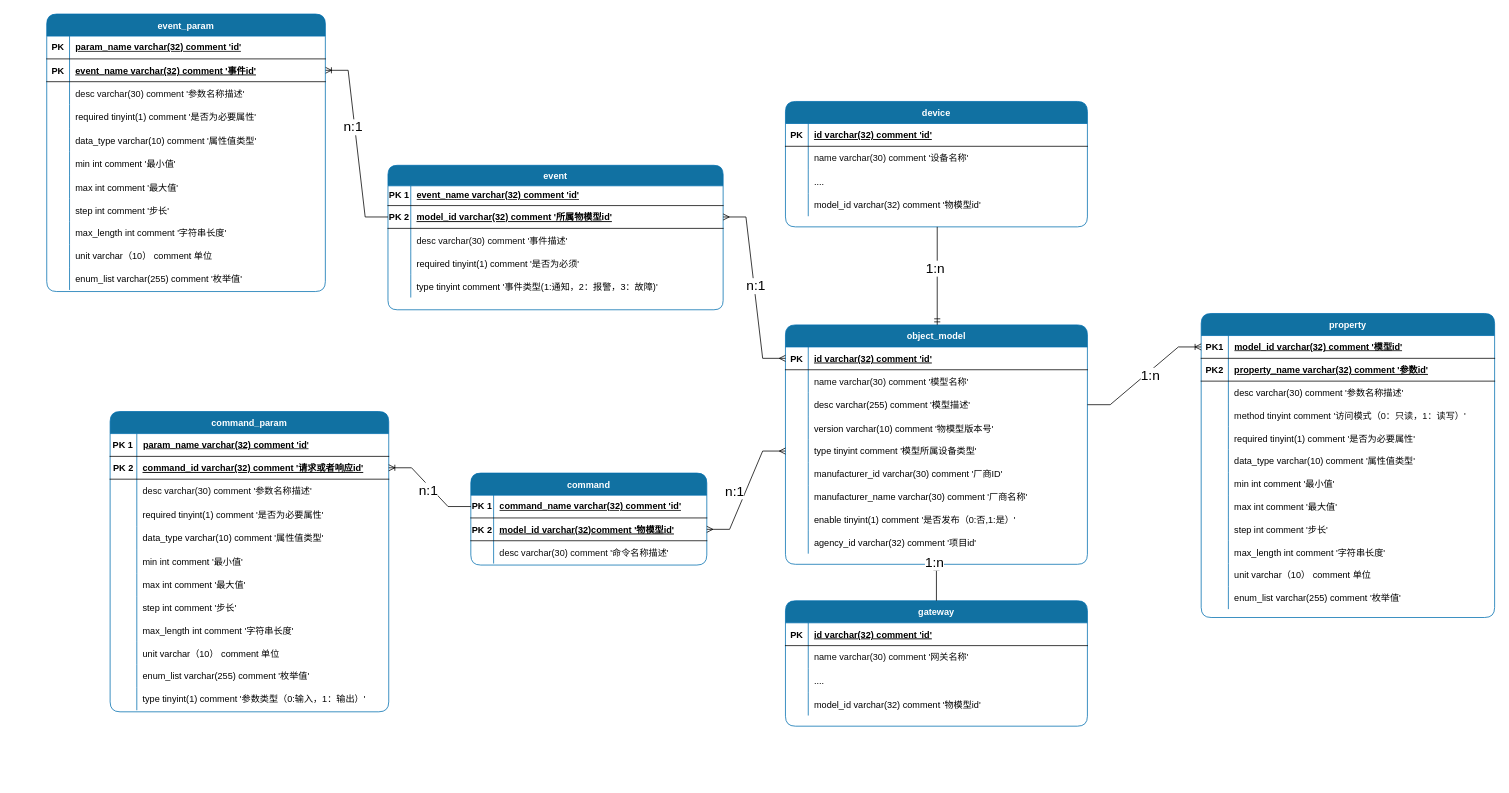
viking-wj/software keeps this draw.io diagram as page "第 3 页" (3 of 3) of 物模型.drawio. Above is the earlier version. Source tidied: cells renumbered, new cells numbered last; positions are measured from the earlier drawing's top-left corner, leaving out a move shared by most shapes. Both pictures are drawn from the tidied source at 76%, with x=0, y=0 at pixel (46, 14).
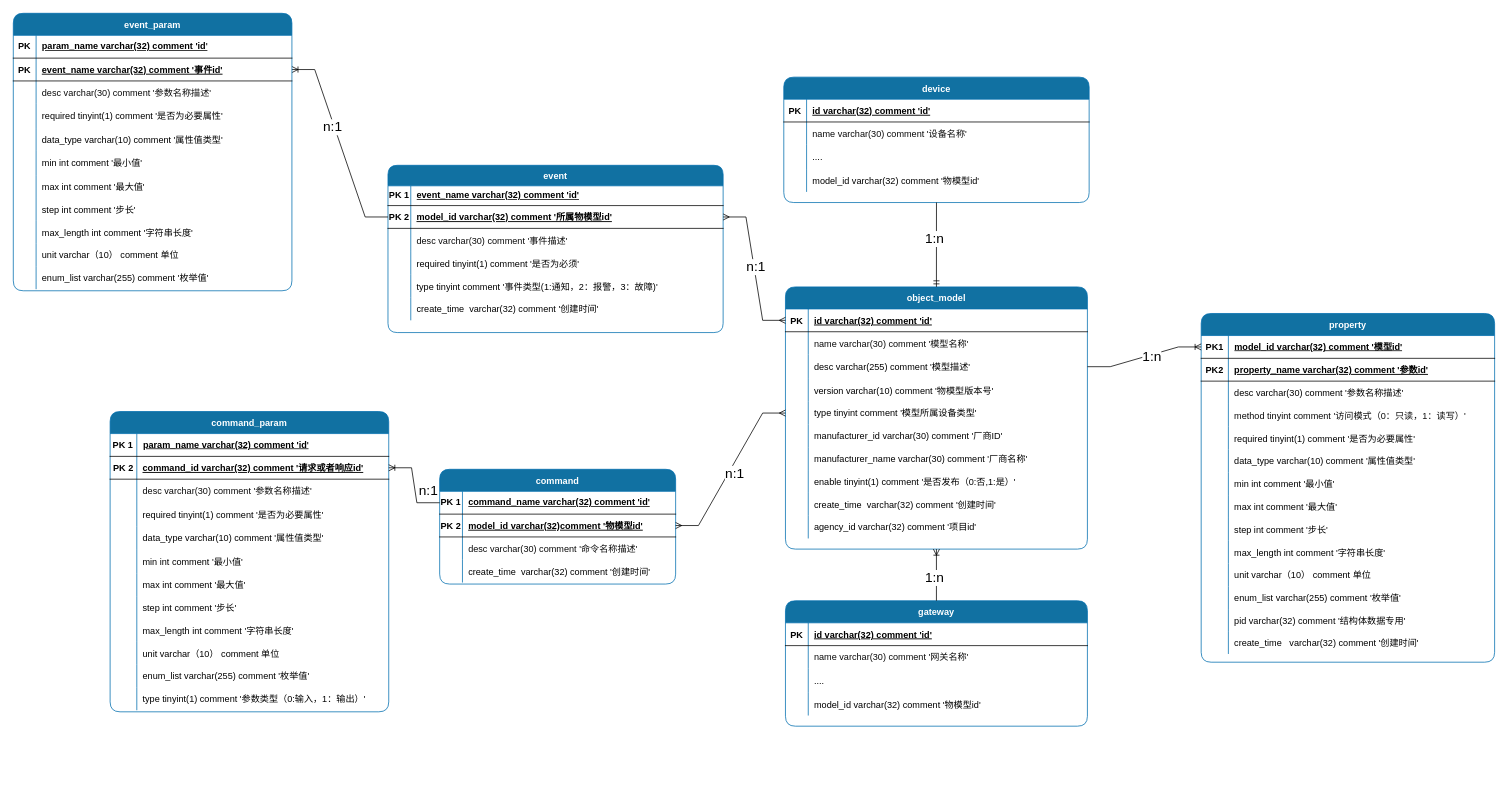
The same page after the edit.

Commit message:
更新物模型.drawio

The edit, as a diff of the source:
```diff
@@
     <mxCell id="2" value="command" style="shape=table;startSize=29;childLayout=tableLayout;rowLines=0;fontStyle=1;align=center;labelBackgroundColor=none;fillColor=#1171a2;strokeColor=#006EAF;fontColor=#ffffff;rounded=1;swimlaneFillColor=none;" parent="1" vertex="1">
-      <mxGeometry x="558" y="604" width="310.5" height="121" as="geometry" />
+      <mxGeometry x="517" y="599" width="310.5" height="151" as="geometry" />
     </mxCell>
@@
+    <mxCell id="208" style="shape=tableRow;horizontal=0;startSize=0;swimlaneHead=0;swimlaneBody=0;fillColor=none;top=0;left=0;right=0;bottom=0;" parent="2" vertex="1">
+      <mxGeometry y="119" width="310.5" height="30" as="geometry" />
+    </mxCell>
+    <mxCell id="209" style="shape=partialRectangle;fillColor=none;top=0;left=0;bottom=0;right=0;overflow=hidden;" parent="208" vertex="1">
+      <mxGeometry width="30" height="30" as="geometry" />
+    </mxCell>
+    <mxCell id="210" value="create_time  varchar(32) comment '创建时间'" style="shape=partialRectangle;fillColor=none;top=0;left=0;bottom=0;right=0;align=left;spacingLeft=6;overflow=hidden;" parent="208" vertex="1">
+      <mxGeometry x="30" width="280.5" height="30" as="geometry" />
+    </mxCell>
@@
     <mxCell id="49" value="event" style="shape=table;startSize=27;childLayout=tableLayout;rowLines=0;fontStyle=1;align=center;labelBackgroundColor=none;fillColor=#1171a2;strokeColor=#006EAF;fontColor=#ffffff;rounded=1;swimlaneFillColor=none;" parent="1" vertex="1">
-      <mxGeometry x="449" y="199" width="441" height="190.1" as="geometry" />
+      <mxGeometry x="449" y="199" width="441" height="220.1" as="geometry" />
     </mxCell>
@@
+    <mxCell id="211" style="shape=tableRow;horizontal=0;startSize=0;swimlaneHead=0;swimlaneBody=0;fillColor=none;top=0;left=0;right=0;bottom=0;" parent="49" vertex="1">
+      <mxGeometry y="174" width="441" height="30" as="geometry" />
+    </mxCell>
+    <mxCell id="212" style="shape=partialRectangle;fillColor=none;top=0;left=0;bottom=0;right=0;overflow=hidden;" parent="211" vertex="1">
+      <mxGeometry width="30" height="30" as="geometry" />
+    </mxCell>
+    <mxCell id="213" value="create_time  varchar(32) comment '创建时间'" style="shape=partialRectangle;fillColor=none;top=0;left=0;bottom=0;right=0;align=left;spacingLeft=6;overflow=hidden;" parent="211" vertex="1">
+      <mxGeometry x="30" width="411" height="30" as="geometry" />
+    </mxCell>
     <mxCell id="65" value="object_model" style="shape=table;startSize=29;childLayout=tableLayout;rowLines=0;fontStyle=1;align=center;labelBackgroundColor=none;fillColor=#1171a2;strokeColor=#006EAF;fontColor=#ffffff;rounded=1;swimlaneFillColor=none;" parent="1" vertex="1">
-      <mxGeometry x="972" y="409" width="397.3" height="315" as="geometry" />
+      <mxGeometry x="972" y="359" width="397.3" height="345" as="geometry" />
     </mxCell>
@@
+    <mxCell id="214" style="shape=tableRow;horizontal=0;startSize=0;swimlaneHead=0;swimlaneBody=0;fillColor=none;top=0;left=0;right=0;bottom=0;" parent="65" vertex="1">
+      <mxGeometry y="271" width="397.3" height="30" as="geometry" />
+    </mxCell>
+    <mxCell id="215" style="shape=partialRectangle;fillColor=none;top=0;left=0;bottom=0;right=0;overflow=hidden;" parent="214" vertex="1">
+      <mxGeometry width="30" height="30" as="geometry" />
+    </mxCell>
+    <mxCell id="216" value="create_time  varchar(32) comment '创建时间'" style="shape=partialRectangle;fillColor=none;top=0;left=0;bottom=0;right=0;align=left;spacingLeft=6;overflow=hidden;" parent="214" vertex="1">
+      <mxGeometry x="30" width="367.3" height="30" as="geometry" />
+    </mxCell>
     <mxCell id="90" style="shape=tableRow;horizontal=0;startSize=0;swimlaneHead=0;swimlaneBody=0;fillColor=none;top=0;left=0;right=0;bottom=0;" parent="65" vertex="1">
-      <mxGeometry y="271" width="397.3" height="30" as="geometry" />
+      <mxGeometry y="301" width="397.3" height="30" as="geometry" />
     </mxCell>
@@
     <mxCell id="99" value="n:1" style="edgeLabel;html=1;align=center;verticalAlign=middle;fontSize=18;" parent="1" vertex="1">
-      <mxGeometry x="907.8" y="554.2" as="geometry">
+      <mxGeometry x="907.8" y="531.5" as="geometry">
         <mxPoint x="-3" y="73" as="offset" />
       </mxGeometry>
     </mxCell>
     <mxCell id="100" value="device" style="shape=table;startSize=29;childLayout=tableLayout;rowLines=0;fontStyle=1;align=center;labelBackgroundColor=none;fillColor=#1171a2;strokeColor=#006EAF;fontColor=#ffffff;rounded=1;swimlaneFillColor=none;" parent="1" vertex="1">
-      <mxGeometry x="972" y="115" width="397.3" height="165" as="geometry" />
+      <mxGeometry x="969.8" y="83" width="401.8" height="165" as="geometry" />
     </mxCell>
     <mxCell id="101" style="shape=tableRow;horizontal=0;startSize=0;swimlaneHead=0;swimlaneBody=0;fillColor=none;top=0;left=0;right=0;bottom=1;labelBackgroundColor=none;" parent="100" vertex="1">
-      <mxGeometry y="29" width="397.3" height="30" as="geometry" />
+      <mxGeometry y="29" width="401.8" height="30" as="geometry" />
     </mxCell>
@@
     <mxCell id="103" value="id varchar(32) comment 'id'" style="shape=partialRectangle;fillColor=none;top=0;left=0;bottom=0;right=0;align=left;spacingLeft=6;fontStyle=5;overflow=hidden;labelBackgroundColor=none;" parent="101" vertex="1">
-      <mxGeometry x="30" width="367.3" height="30" as="geometry" />
+      <mxGeometry x="30" width="371.8" height="30" as="geometry" />
     </mxCell>
     <mxCell id="104" style="shape=tableRow;horizontal=0;startSize=0;swimlaneHead=0;swimlaneBody=0;fillColor=none;top=0;left=0;right=0;bottom=0;labelBorderColor=none;fontColor=#0a0a0a;" parent="100" vertex="1">
-      <mxGeometry y="59" width="397.3" height="30" as="geometry" />
+      <mxGeometry y="59" width="401.8" height="30" as="geometry" />
     </mxCell>
@@
     <mxCell id="106" value="name varchar(30) comment '设备名称'" style="shape=partialRectangle;fillColor=none;top=0;left=0;bottom=0;right=0;align=left;spacingLeft=6;overflow=hidden;labelBorderColor=none;fontColor=#0a0a0a;" parent="104" vertex="1">
-      <mxGeometry x="30" width="367.3" height="30" as="geometry" />
+      <mxGeometry x="30" width="371.8" height="30" as="geometry" />
     </mxCell>
     <mxCell id="107" style="shape=tableRow;horizontal=0;startSize=0;swimlaneHead=0;swimlaneBody=0;fillColor=none;top=0;left=0;right=0;bottom=0;labelBackgroundColor=none;" parent="100" vertex="1">
-      <mxGeometry y="89" width="397.3" height="32" as="geometry" />
+      <mxGeometry y="89" width="401.8" height="32" as="geometry" />
     </mxCell>
@@
     <mxCell id="109" value="...." style="shape=partialRectangle;fillColor=none;top=0;left=0;bottom=0;right=0;align=left;spacingLeft=6;overflow=hidden;labelBackgroundColor=none;" parent="107" vertex="1">
-      <mxGeometry x="30" width="367.3" height="32" as="geometry" />
+      <mxGeometry x="30" width="371.8" height="32" as="geometry" />
     </mxCell>
     <mxCell id="110" style="shape=tableRow;horizontal=0;startSize=0;swimlaneHead=0;swimlaneBody=0;fillColor=none;top=0;left=0;right=0;bottom=0;" parent="100" vertex="1">
-      <mxGeometry y="121" width="397.3" height="30" as="geometry" />
+      <mxGeometry y="121" width="401.8" height="30" as="geometry" />
     </mxCell>
@@
     <mxCell id="112" value="model_id varchar(32) comment '物模型id'" style="shape=partialRectangle;fillColor=none;top=0;left=0;bottom=0;right=0;align=left;spacingLeft=6;overflow=hidden;" parent="110" vertex="1">
-      <mxGeometry x="30" width="367.3" height="30" as="geometry" />
+      <mxGeometry x="30" width="371.8" height="30" as="geometry" />
     </mxCell>
@@
-    <mxCell id="127" style="fontSize=12;html=1;endArrow=ERmandOne;rounded=0;exitX=0.5;exitY=1;exitDx=0;exitDy=0;entryX=0.5;entryY=0;entryDx=0;entryDy=0;" parent="1" edge="1">
-      <mxGeometry relative="1" as="geometry">
-        <mxPoint x="1171.7" y="280" as="sourcePoint" />
-        <mxPoint x="1171.7" y="409" as="targetPoint" />
-      </mxGeometry>
+    <mxCell id="127" style="fontSize=12;html=1;endArrow=ERmandOne;rounded=0;exitX=0.5;exitY=1;exitDx=0;exitDy=0;entryX=0.5;entryY=0;entryDx=0;entryDy=0;" parent="1" edge="1" source="100" target="65">
+      <mxGeometry relative="1" as="geometry" />
     </mxCell>
@@
     <mxCell id="129" value="1:n" style="edgeLabel;html=1;align=center;verticalAlign=middle;fontSize=18;" parent="1" vertex="1">
       <mxGeometry x="1166" y="733" as="geometry">
-        <mxPoint x="1" y="-12" as="offset" />
+        <mxPoint x="1" y="8" as="offset" />
       </mxGeometry>
     </mxCell>
@@
     <mxCell id="131" value="property" style="shape=table;startSize=29;childLayout=tableLayout;rowLines=0;fontStyle=1;align=center;labelBackgroundColor=none;fillColor=#1171a2;strokeColor=#006EAF;fontColor=#ffffff;rounded=1;swimlaneFillColor=none;" parent="1" vertex="1">
-      <mxGeometry x="1519" y="394" width="386.1" height="400" as="geometry" />
+      <mxGeometry x="1519" y="394" width="386.1" height="458.8" as="geometry" />
     </mxCell>
@@
+    <mxCell id="217" style="shape=tableRow;horizontal=0;startSize=0;swimlaneHead=0;swimlaneBody=0;fillColor=none;top=0;left=0;right=0;bottom=0;" parent="131" vertex="1">
+      <mxGeometry y="389" width="386.1" height="29" as="geometry" />
+    </mxCell>
+    <mxCell id="218" style="shape=partialRectangle;fillColor=none;top=0;left=0;bottom=0;right=0;overflow=hidden;" parent="217" vertex="1">
+      <mxGeometry width="35.8" height="29" as="geometry" />
+    </mxCell>
+    <mxCell id="219" value="pid varchar(32) comment '结构体数据专用'" style="shape=partialRectangle;fillColor=none;top=0;left=0;bottom=0;right=0;align=left;spacingLeft=6;overflow=hidden;" parent="217" vertex="1">
+      <mxGeometry x="35.8" width="350.3" height="29" as="geometry" />
+    </mxCell>
+    <mxCell id="220" style="shape=tableRow;horizontal=0;startSize=0;swimlaneHead=0;swimlaneBody=0;fillColor=none;top=0;left=0;right=0;bottom=0;" parent="131" vertex="1">
+      <mxGeometry y="418" width="386.1" height="30" as="geometry" />
+    </mxCell>
+    <mxCell id="221" style="shape=partialRectangle;fillColor=none;top=0;left=0;bottom=0;right=0;overflow=hidden;" parent="220" vertex="1">
+      <mxGeometry width="35.8" height="30" as="geometry" />
+    </mxCell>
+    <mxCell id="222" value="create_time   varchar(32) comment '创建时间'" style="shape=partialRectangle;fillColor=none;top=0;left=0;bottom=0;right=0;align=left;spacingLeft=6;overflow=hidden;" parent="220" vertex="1">
+      <mxGeometry x="35.8" width="350.3" height="30" as="geometry" />
+    </mxCell>
@@
     <mxCell id="174" value="event_param" style="shape=table;startSize=29;childLayout=tableLayout;rowLines=0;fontStyle=1;align=center;labelBackgroundColor=none;fillColor=#1171a2;strokeColor=#006EAF;fontColor=#ffffff;rounded=1;swimlaneFillColor=none;" parent="1" vertex="1">
-      <mxGeometry width="366.6" height="365.1" as="geometry" />
+      <mxGeometry x="-44" y="-1" width="366.6" height="365.1" as="geometry" />
     </mxCell>
```
